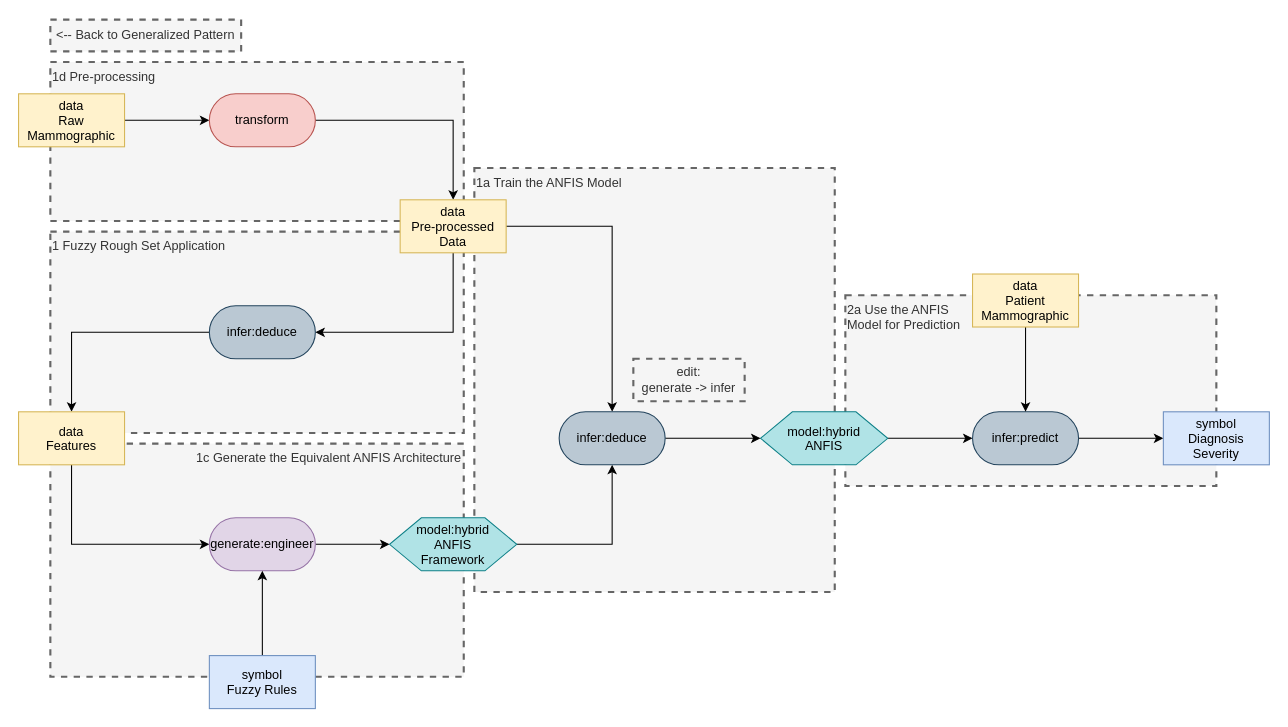
Earlier version of the draw.io diagram page "Refined Pattern" (2 of 6) of medical patterns to boxologies/Rule-Based Method pre-processes input data for ML Prediction (RBML)/REML.drawio (zonnesmit/thesis). Source tidied: cells renumbered, new cells numbered last; positions are measured from the earlier drawing's top-left corner, leaving out a move shared by most shapes. Both pictures are drawn from the tidied source at 106%, with x=0, y=0 at pixel (18, 19).
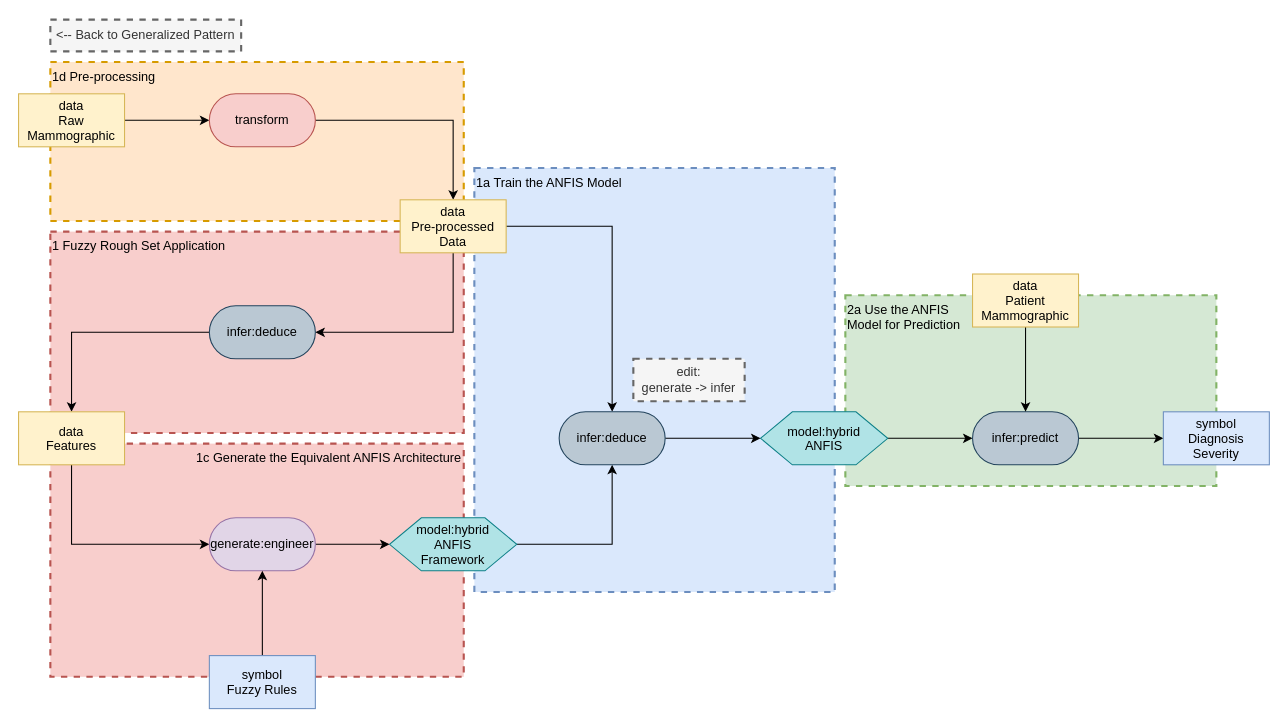
The same diagram, later.

Diff of the diagram source:
```diff
@@
-    <mxCell id="2" value="&lt;div&gt;2a Use the ANFIS&lt;/div&gt;&lt;div&gt;Model for Prediction&lt;/div&gt;" style="text;html=1;align=left;verticalAlign=top;whiteSpace=wrap;rounded=0;dashed=1;fillColor=#f5f5f5;fontColor=#333333;strokeColor=#666666;strokeWidth=2;" parent="1" vertex="1">
+    <mxCell id="2" value="&lt;div&gt;2a Use the ANFIS&lt;/div&gt;&lt;div&gt;Model for Prediction&lt;/div&gt;" style="text;html=1;align=left;verticalAlign=top;whiteSpace=wrap;rounded=0;dashed=1;fillColor=#d5e8d4;strokeColor=#82b366;strokeWidth=2;" parent="1" vertex="1">
       <mxGeometry x="780" y="260" width="350" height="180" as="geometry" />
     </mxCell>
-    <mxCell id="3" value="1a Train the ANFIS Model" style="text;html=1;align=left;verticalAlign=top;whiteSpace=wrap;rounded=0;dashed=1;fillColor=#f5f5f5;fontColor=#333333;strokeColor=#666666;strokeWidth=2;" parent="1" vertex="1">
+    <mxCell id="3" value="1a Train the ANFIS Model" style="text;html=1;align=left;verticalAlign=top;whiteSpace=wrap;rounded=0;dashed=1;fillColor=#dae8fc;strokeColor=#6c8ebf;strokeWidth=2;" parent="1" vertex="1">
       <mxGeometry x="430" y="140" width="340" height="400" as="geometry" />
     </mxCell>
-    <mxCell id="4" value="1c Generate the Equivalent ANFIS Architecture" style="text;html=1;align=right;verticalAlign=top;whiteSpace=wrap;rounded=0;dashed=1;fillColor=#f5f5f5;fontColor=#333333;strokeColor=#666666;strokeWidth=2;" parent="1" vertex="1">
+    <mxCell id="4" value="1c Generate the Equivalent ANFIS Architecture" style="text;html=1;align=right;verticalAlign=top;whiteSpace=wrap;rounded=0;dashed=1;fillColor=#f8cecc;strokeColor=#b85450;strokeWidth=2;" parent="1" vertex="1">
       <mxGeometry x="30" y="400" width="390" height="220" as="geometry" />
     </mxCell>
-    <mxCell id="5" value="1 Fuzzy Rough Set Application" style="text;html=1;align=left;verticalAlign=top;whiteSpace=wrap;rounded=0;dashed=1;fillColor=#f5f5f5;fontColor=#333333;strokeColor=#666666;strokeWidth=2;" parent="1" vertex="1">
+    <mxCell id="5" value="1 Fuzzy Rough Set Application" style="text;html=1;align=left;verticalAlign=top;whiteSpace=wrap;rounded=0;dashed=1;fillColor=#f8cecc;strokeColor=#b85450;strokeWidth=2;" parent="1" vertex="1">
       <mxGeometry x="30" y="200" width="390" height="190" as="geometry" />
     </mxCell>
-    <mxCell id="6" value="1d Pre-processing" style="text;html=1;align=left;verticalAlign=top;whiteSpace=wrap;rounded=0;dashed=1;fillColor=#f5f5f5;fontColor=#333333;strokeColor=#666666;strokeWidth=2;" parent="1" vertex="1">
+    <mxCell id="6" value="1d Pre-processing" style="text;html=1;align=left;verticalAlign=top;whiteSpace=wrap;rounded=0;dashed=1;fillColor=#ffe6cc;strokeColor=#d79b00;strokeWidth=2;" parent="1" vertex="1">
       <mxGeometry x="30" y="40" width="390" height="150" as="geometry" />
     </mxCell>
@@
-    <mxCell id="34" value="&amp;lt;-- Back to Generalized Pattern" style="text;html=1;align=center;verticalAlign=middle;whiteSpace=wrap;rounded=0;dashed=1;fillColor=#f5f5f5;fontColor=#333333;strokeColor=#666666;strokeWidth=2;" parent="1" vertex="1">
+    <mxCell id="34" value="&amp;lt;-- Back to Generalized Pattern" style="text;html=1;align=center;verticalAlign=middle;whiteSpace=wrap;rounded=0;dashed=1;fillColor=#f5f5f5;strokeColor=#666666;strokeWidth=2;fontColor=#333333;" parent="1" vertex="1">
       <mxGeometry x="30" width="180" height="30" as="geometry" />
     </mxCell>
```
